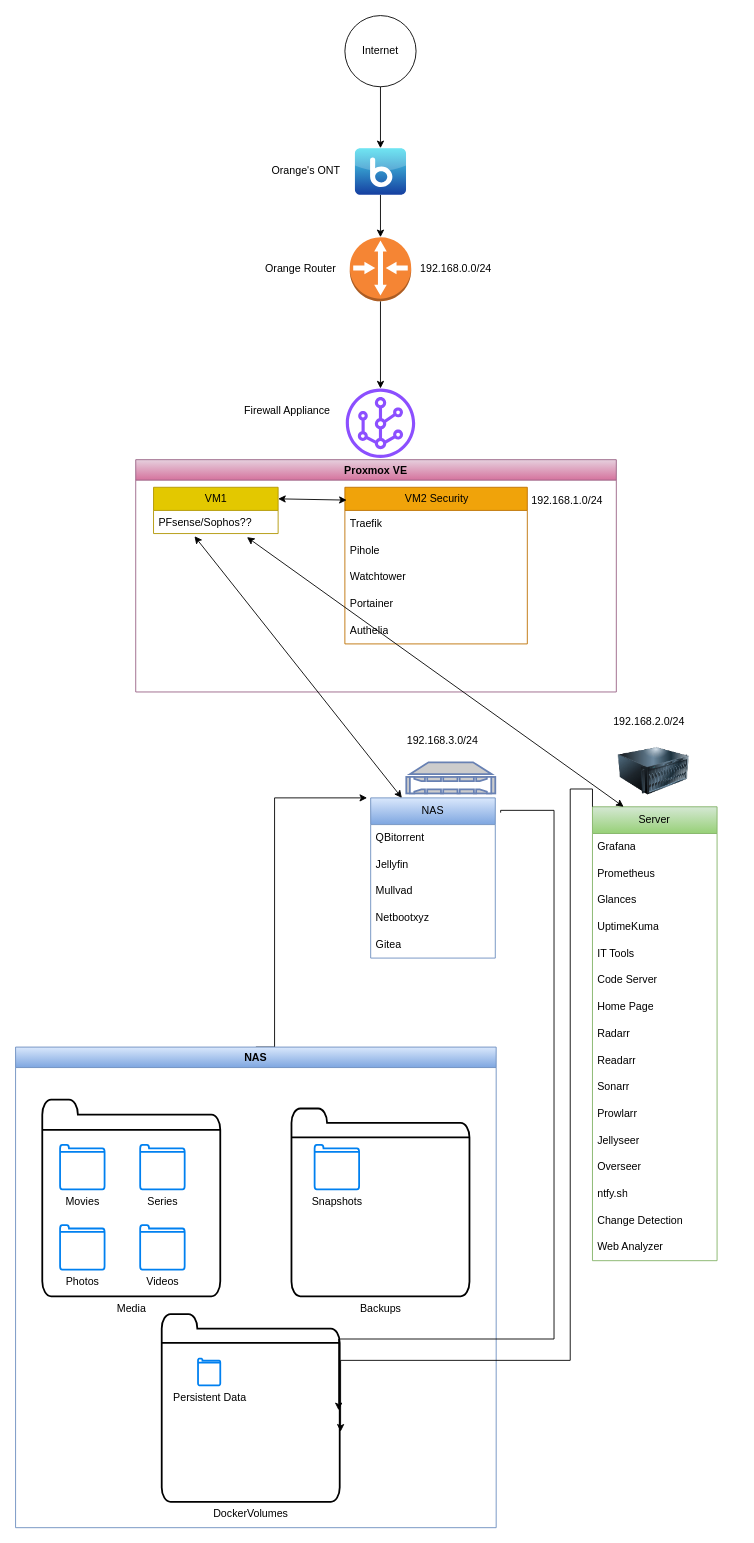
The draw.io diagram Home Server diagram.drawio in cralonsobcn/Server, before the edit. Source tidied: cells renumbered, new cells numbered last; positions are measured from the earlier drawing's top-left corner, leaving out a move shared by most shapes. Both pictures are drawn from the tidied source at 89%, with x=0, y=0 at pixel (15, 15).
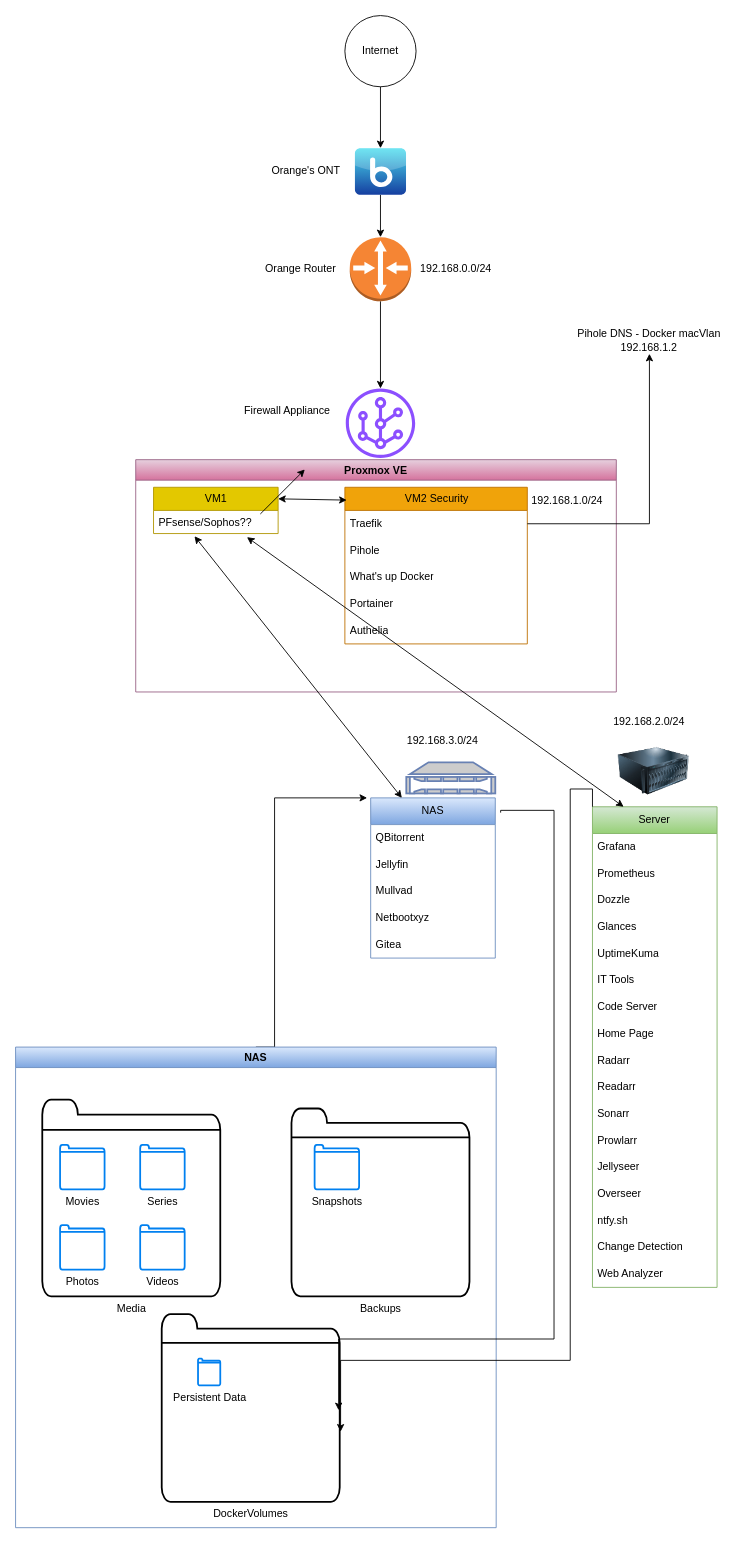
After the change.

The change refers to these unchanged cells:
```xml
<mxCell id="36" value="VM2 Security" style="swimlane;fontStyle=0;horizontal=1;startSize=26;fillColor=#f0a30a;html=1;fontColor=#000000;strokeColor=#BD7000;" parent="33" vertex="1">
  <mxGeometry x="235" y="31" width="205" height="176" as="geometry" />
</mxCell>
<mxCell id="37" value="Traefik" style="text;strokeColor=none;fillColor=none;align=left;verticalAlign=middle;spacingLeft=4;spacingRight=4;overflow=hidden;points=[[0,0.5],[1,0.5]];portConstraint=eastwest;whiteSpace=wrap;html=1;" parent="36" vertex="1">
  <mxGeometry y="26" width="205" height="30" as="geometry" />
</mxCell>
```

What changed in the source:
```diff
@@
     <mxCell id="8" value="Server" style="swimlane;fontStyle=0;horizontal=1;startSize=30;whiteSpace=wrap;html=1;fillColor=#d5e8d4;strokeColor=#82b366;gradientColor=#97d077;" parent="1" vertex="1">
-      <mxGeometry x="648.2" y="889" width="140" height="510" as="geometry" />
+      <mxGeometry x="648.2" y="889" width="140" height="540" as="geometry" />
     </mxCell>
@@
+    <mxCell id="66" value="Prometheus" style="text;strokeColor=none;fillColor=none;align=left;verticalAlign=middle;spacingLeft=4;spacingRight=4;overflow=hidden;whiteSpace=wrap;html=1;" parent="8" vertex="1">
+      <mxGeometry y="60" width="140" height="30" as="geometry" />
+    </mxCell>
-    <mxCell id="10" value="Prometheus" style="text;strokeColor=none;fillColor=none;align=left;verticalAlign=middle;spacingLeft=4;spacingRight=4;overflow=hidden;whiteSpace=wrap;html=1;" parent="8" vertex="1">
-      <mxGeometry y="60" width="140" height="30" as="geometry" />
+    <mxCell id="10" value="Dozzle" style="text;strokeColor=none;fillColor=none;align=left;verticalAlign=middle;spacingLeft=4;spacingRight=4;overflow=hidden;whiteSpace=wrap;html=1;" parent="8" vertex="1">
+      <mxGeometry y="90" width="140" height="30" as="geometry" />
     </mxCell>
     <mxCell id="11" value="Glances" style="text;strokeColor=none;fillColor=none;align=left;verticalAlign=middle;spacingLeft=4;spacingRight=4;overflow=hidden;whiteSpace=wrap;html=1;" parent="8" vertex="1">
-      <mxGeometry y="90" width="140" height="30" as="geometry" />
+      <mxGeometry y="120" width="140" height="30" as="geometry" />
     </mxCell>
     <mxCell id="12" value="UptimeKuma" style="text;strokeColor=none;fillColor=none;align=left;verticalAlign=middle;spacingLeft=4;spacingRight=4;overflow=hidden;whiteSpace=wrap;html=1;" parent="8" vertex="1">
-      <mxGeometry y="120" width="140" height="30" as="geometry" />
+      <mxGeometry y="150" width="140" height="30" as="geometry" />
     </mxCell>
     <mxCell id="13" value="IT Tools" style="text;strokeColor=none;fillColor=none;align=left;verticalAlign=middle;spacingLeft=4;spacingRight=4;overflow=hidden;whiteSpace=wrap;html=1;" parent="8" vertex="1">
-      <mxGeometry y="150" width="140" height="30" as="geometry" />
+      <mxGeometry y="180" width="140" height="30" as="geometry" />
     </mxCell>
     <mxCell id="14" value="Code Server" style="text;strokeColor=none;fillColor=none;align=left;verticalAlign=middle;spacingLeft=4;spacingRight=4;overflow=hidden;whiteSpace=wrap;html=1;" parent="8" vertex="1">
-      <mxGeometry y="180" width="140" height="30" as="geometry" />
+      <mxGeometry y="210" width="140" height="30" as="geometry" />
     </mxCell>
     <mxCell id="15" value="Home Page" style="text;strokeColor=none;fillColor=none;align=left;verticalAlign=middle;spacingLeft=4;spacingRight=4;overflow=hidden;whiteSpace=wrap;html=1;" parent="8" vertex="1">
-      <mxGeometry y="210" width="140" height="30" as="geometry" />
+      <mxGeometry y="240" width="140" height="30" as="geometry" />
     </mxCell>
     <mxCell id="16" value="Radarr" style="text;strokeColor=none;fillColor=none;align=left;verticalAlign=middle;spacingLeft=4;spacingRight=4;overflow=hidden;whiteSpace=wrap;html=1;" parent="8" vertex="1">
-      <mxGeometry y="240" width="140" height="30" as="geometry" />
+      <mxGeometry y="270" width="140" height="30" as="geometry" />
     </mxCell>
     <mxCell id="17" value="Readarr" style="text;strokeColor=none;fillColor=none;align=left;verticalAlign=middle;spacingLeft=4;spacingRight=4;overflow=hidden;whiteSpace=wrap;html=1;" parent="8" vertex="1">
-      <mxGeometry y="270" width="140" height="30" as="geometry" />
+      <mxGeometry y="300" width="140" height="30" as="geometry" />
     </mxCell>
     <mxCell id="18" value="Sonarr" style="text;strokeColor=none;fillColor=none;align=left;verticalAlign=middle;spacingLeft=4;spacingRight=4;overflow=hidden;whiteSpace=wrap;html=1;" parent="8" vertex="1">
-      <mxGeometry y="300" width="140" height="30" as="geometry" />
+      <mxGeometry y="330" width="140" height="30" as="geometry" />
     </mxCell>
     <mxCell id="19" value="Prowlarr" style="text;strokeColor=none;fillColor=none;align=left;verticalAlign=middle;spacingLeft=4;spacingRight=4;overflow=hidden;whiteSpace=wrap;html=1;" parent="8" vertex="1">
-      <mxGeometry y="330" width="140" height="30" as="geometry" />
+      <mxGeometry y="360" width="140" height="30" as="geometry" />
     </mxCell>
     <mxCell id="20" value="Jellyseer" style="text;strokeColor=none;fillColor=none;align=left;verticalAlign=middle;spacingLeft=4;spacingRight=4;overflow=hidden;whiteSpace=wrap;html=1;" parent="8" vertex="1">
-      <mxGeometry y="360" width="140" height="30" as="geometry" />
+      <mxGeometry y="390" width="140" height="30" as="geometry" />
     </mxCell>
     <mxCell id="21" value="Overseer" style="text;strokeColor=none;fillColor=none;align=left;verticalAlign=middle;spacingLeft=4;spacingRight=4;overflow=hidden;whiteSpace=wrap;html=1;" parent="8" vertex="1">
-      <mxGeometry y="390" width="140" height="30" as="geometry" />
+      <mxGeometry y="420" width="140" height="30" as="geometry" />
     </mxCell>
     <mxCell id="22" value="ntfy.sh" style="text;strokeColor=none;fillColor=none;align=left;verticalAlign=middle;spacingLeft=4;spacingRight=4;overflow=hidden;whiteSpace=wrap;html=1;" parent="8" vertex="1">
-      <mxGeometry y="420" width="140" height="30" as="geometry" />
+      <mxGeometry y="450" width="140" height="30" as="geometry" />
     </mxCell>
     <mxCell id="23" value="Change Detection" style="text;strokeColor=none;fillColor=none;align=left;verticalAlign=middle;spacingLeft=4;spacingRight=4;overflow=hidden;whiteSpace=wrap;html=1;" parent="8" vertex="1">
-      <mxGeometry y="450" width="140" height="30" as="geometry" />
+      <mxGeometry y="480" width="140" height="30" as="geometry" />
     </mxCell>
     <mxCell id="24" value="Web Analyzer" style="text;strokeColor=none;fillColor=none;align=left;verticalAlign=middle;spacingLeft=4;spacingRight=4;overflow=hidden;whiteSpace=wrap;html=1;" parent="8" vertex="1">
-      <mxGeometry y="480" width="140" height="30" as="geometry" />
+      <mxGeometry y="510" width="140" height="30" as="geometry" />
     </mxCell>
@@
-    <mxCell id="39" value="Watchtower" style="text;strokeColor=none;fillColor=none;align=left;verticalAlign=middle;spacingLeft=4;spacingRight=4;overflow=hidden;whiteSpace=wrap;html=1;" parent="36" vertex="1">
+    <mxCell id="39" value="What's up Docker" style="text;strokeColor=none;fillColor=none;align=left;verticalAlign=middle;spacingLeft=4;spacingRight=4;overflow=hidden;whiteSpace=wrap;html=1;" parent="36" vertex="1">
       <mxGeometry y="86" width="205" height="30" as="geometry" />
     </mxCell>
@@
+    <mxCell id="67" style="endArrow=classic;html=1;rounded=0;" parent="1" edge="1">
+      <mxGeometry relative="1" as="geometry">
+        <mxPoint x="275" y="560" as="sourcePoint" />
+        <mxPoint x="325" y="510" as="targetPoint" />
+      </mxGeometry>
+    </mxCell>
+    <mxCell id="68" value="Pihole DNS - Docker macVlan&lt;br&gt;192.168.1.2" style="text;html=1;align=center;verticalAlign=middle;whiteSpace=wrap;rounded=0;" parent="1" vertex="1">
+      <mxGeometry x="612.2" y="350" width="200" height="30" as="geometry" />
+    </mxCell>
+    <mxCell id="69" style="edgeStyle=orthogonalEdgeStyle;rounded=0;jettySize=auto;html=1;exitX=1;exitY=0.5;exitDx=0;exitDy=0;entryX=0.5;entryY=1;entryDx=0;entryDy=0;" parent="1" edge="1" source="37" target="68">
+      <mxGeometry relative="1" as="geometry" />
+    </mxCell>
```
